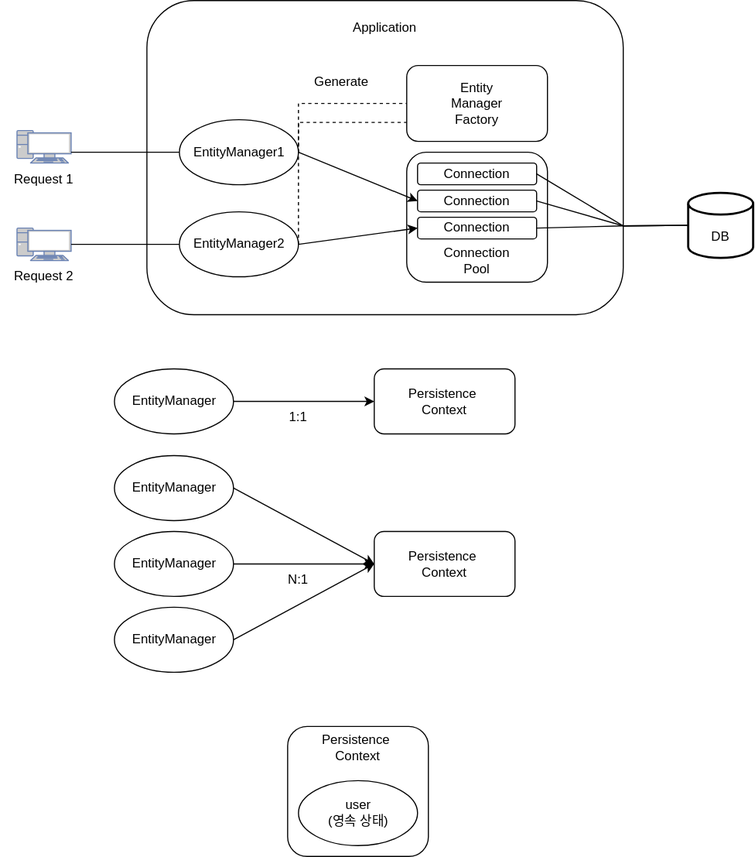
The draw.io diagram theory/document/persistence/persistence.svg in roy-zz/jpa, before a commit. Source tidied: cells renumbered, new cells last; positions are measured from the earlier drawing's top-left corner, leaving out a move shared by most shapes.
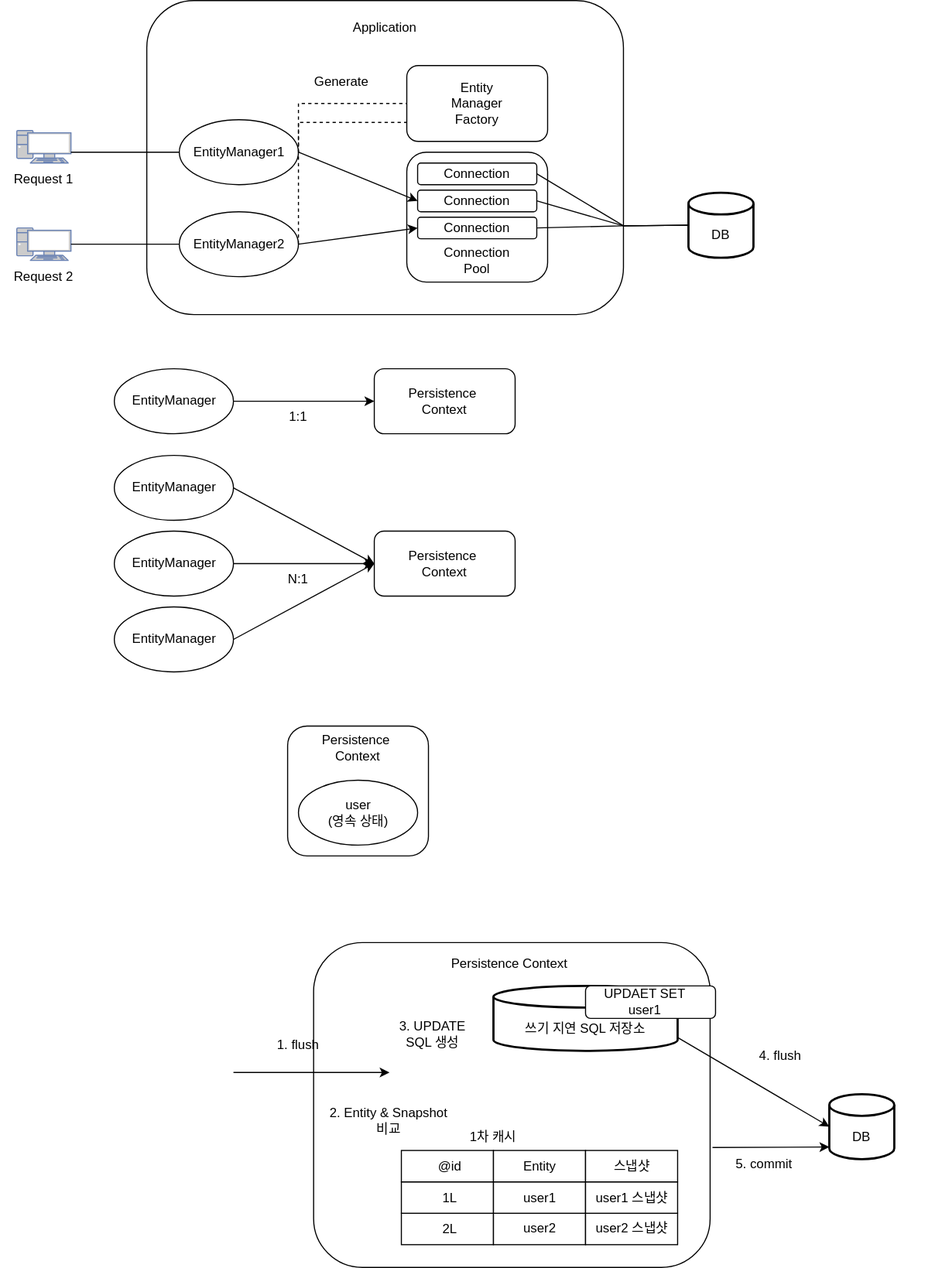
After the commit.

Commit message:
add persistence-2 document

What changed in the source:
```diff
@@ -191,5 +191,119 @@
     <mxCell id="55" value="Persistence&amp;nbsp;&lt;br&gt;Context" style="text;html=1;strokeColor=none;fillColor=none;align=center;verticalAlign=middle;whiteSpace=wrap;rounded=0;" parent="1" vertex="1">
       <mxGeometry x="290" y="675" width="80" height="30" as="geometry" />
     </mxCell>
+    <mxCell id="56" style="rounded=1;whiteSpace=wrap;html=1;" parent="1" vertex="1">
+      <mxGeometry x="289" y="870" width="366" height="300" as="geometry" />
+    </mxCell>
+    <mxCell id="57" value="Persistence&amp;nbsp;Context" style="text;html=1;strokeColor=none;fillColor=none;align=center;verticalAlign=middle;whiteSpace=wrap;rounded=0;" parent="1" vertex="1">
+      <mxGeometry x="325" y="880" width="290" height="20" as="geometry" />
+    </mxCell>
+    <mxCell id="58" value="1차 캐시" style="text;html=1;strokeColor=none;fillColor=none;align=center;verticalAlign=middle;whiteSpace=wrap;rounded=0;" parent="1" vertex="1">
+      <mxGeometry x="375" y="1040" width="160" height="20" as="geometry" />
+    </mxCell>
+    <mxCell id="59" style="strokeWidth=2;html=1;shape=mxgraph.flowchart.database;whiteSpace=wrap;" parent="1" vertex="1">
+      <mxGeometry x="765" y="1010" width="60" height="60" as="geometry" />
+    </mxCell>
+    <mxCell id="60" style="endArrow=classic;html=1;rounded=0;entryX=0;entryY=0.5;entryDx=0;entryDy=0;exitX=0.5;exitY=1;exitDx=0;exitDy=0;entryPerimeter=0;" parent="1" edge="1" source="91" target="59">
+      <mxGeometry relative="1" as="geometry" />
+    </mxCell>
+    <mxCell id="61" style="rounded=0;whiteSpace=wrap;html=1;" parent="1" vertex="1">
+      <mxGeometry x="370" y="1120" width="85" height="29" as="geometry" />
+    </mxCell>
+    <mxCell id="62" style="rounded=0;whiteSpace=wrap;html=1;" parent="1" vertex="1">
+      <mxGeometry x="455" y="1120" width="85" height="29" as="geometry" />
+    </mxCell>
+    <mxCell id="63" style="rounded=0;whiteSpace=wrap;html=1;" parent="1" vertex="1">
+      <mxGeometry x="370" y="1091" width="85" height="29" as="geometry" />
+    </mxCell>
+    <mxCell id="64" style="rounded=0;whiteSpace=wrap;html=1;" parent="1" vertex="1">
+      <mxGeometry x="455" y="1091" width="85" height="29" as="geometry" />
+    </mxCell>
+    <mxCell id="65" style="rounded=0;whiteSpace=wrap;html=1;" parent="1" vertex="1">
+      <mxGeometry x="370" y="1062" width="85" height="29" as="geometry" />
+    </mxCell>
+    <mxCell id="66" style="rounded=0;whiteSpace=wrap;html=1;" parent="1" vertex="1">
+      <mxGeometry x="455" y="1062" width="85" height="29" as="geometry" />
+    </mxCell>
+    <mxCell id="67" value="@id" style="text;html=1;strokeColor=none;fillColor=none;align=center;verticalAlign=middle;whiteSpace=wrap;rounded=0;" parent="1" vertex="1">
+      <mxGeometry x="385" y="1066.5" width="60" height="20" as="geometry" />
+    </mxCell>
+    <mxCell id="68" value="Entity" style="text;html=1;strokeColor=none;fillColor=none;align=center;verticalAlign=middle;whiteSpace=wrap;rounded=0;" parent="1" vertex="1">
+      <mxGeometry x="467.5" y="1066.5" width="60" height="20" as="geometry" />
+    </mxCell>
+    <mxCell id="69" value="DB" style="text;html=1;strokeColor=none;fillColor=none;align=center;verticalAlign=middle;whiteSpace=wrap;rounded=0;" parent="1" vertex="1">
+      <mxGeometry x="715" y="1040" width="160" height="20" as="geometry" />
+    </mxCell>
+    <mxCell id="70" style="strokeWidth=2;html=1;shape=mxgraph.flowchart.database;whiteSpace=wrap;" parent="1" vertex="1">
+      <mxGeometry x="455" y="910" width="170" height="60" as="geometry" />
+    </mxCell>
+    <mxCell id="71" value="쓰기 지연 SQL 저장소" style="text;html=1;strokeColor=none;fillColor=none;align=center;verticalAlign=middle;whiteSpace=wrap;rounded=0;" parent="1" vertex="1">
+      <mxGeometry x="460" y="940" width="160" height="20" as="geometry" />
+    </mxCell>
+    <mxCell id="72" value="1. flush" style="text;html=1;strokeColor=none;fillColor=none;align=center;verticalAlign=middle;whiteSpace=wrap;rounded=0;" parent="1" vertex="1">
+      <mxGeometry x="235" y="950" width="80" height="30" as="geometry" />
+    </mxCell>
+    <mxCell id="73" style="endArrow=classic;html=1;rounded=0;entryX=0;entryY=0.5;entryDx=0;entryDy=0;" parent="1" edge="1">
+      <mxGeometry relative="1" as="geometry">
+        <mxPoint x="215" y="990" as="sourcePoint" />
+        <mxPoint x="359" y="990" as="targetPoint" />
+      </mxGeometry>
+    </mxCell>
+    <mxCell id="74" value="3. UPDATE SQL 생성" style="text;html=1;strokeColor=none;fillColor=none;align=center;verticalAlign=middle;whiteSpace=wrap;rounded=0;" parent="1" vertex="1">
+      <mxGeometry x="359" y="940" width="80" height="30" as="geometry" />
+    </mxCell>
+    <mxCell id="75" value="1L" style="text;html=1;strokeColor=none;fillColor=none;align=center;verticalAlign=middle;whiteSpace=wrap;rounded=0;" parent="1" vertex="1">
+      <mxGeometry x="375" y="1091" width="80" height="30" as="geometry" />
+    </mxCell>
+    <mxCell id="76" value="user1" style="text;html=1;strokeColor=none;fillColor=none;align=center;verticalAlign=middle;whiteSpace=wrap;rounded=0;" parent="1" vertex="1">
+      <mxGeometry x="457.5" y="1090.5" width="80" height="30" as="geometry" />
+    </mxCell>
+    <mxCell id="77" value="2L" style="text;html=1;strokeColor=none;fillColor=none;align=center;verticalAlign=middle;whiteSpace=wrap;rounded=0;" parent="1" vertex="1">
+      <mxGeometry x="375" y="1120" width="80" height="30" as="geometry" />
+    </mxCell>
+    <mxCell id="78" value="user2" style="text;html=1;strokeColor=none;fillColor=none;align=center;verticalAlign=middle;whiteSpace=wrap;rounded=0;" parent="1" vertex="1">
+      <mxGeometry x="457.5" y="1119.5" width="80" height="30" as="geometry" />
+    </mxCell>
+    <mxCell id="79" value="4. flush" style="text;html=1;strokeColor=none;fillColor=none;align=center;verticalAlign=middle;whiteSpace=wrap;rounded=0;" parent="1" vertex="1">
+      <mxGeometry x="675" y="960" width="90" height="30" as="geometry" />
+    </mxCell>
+    <mxCell id="80" style="endArrow=classic;html=1;rounded=0;entryX=0;entryY=0.5;entryDx=0;entryDy=0;exitX=1.006;exitY=0.568;exitDx=0;exitDy=0;entryPerimeter=0;exitPerimeter=0;" parent="1" edge="1">
+      <mxGeometry relative="1" as="geometry">
+        <mxPoint x="657.2" y="1059.2" as="sourcePoint" />
+        <mxPoint x="765" y="1058.8" as="targetPoint" />
+      </mxGeometry>
+    </mxCell>
+    <mxCell id="81" value="5. commit" style="text;html=1;strokeColor=none;fillColor=none;align=center;verticalAlign=middle;whiteSpace=wrap;rounded=0;" parent="1" vertex="1">
+      <mxGeometry x="665" y="1060" width="80" height="30" as="geometry" />
+    </mxCell>
+    <mxCell id="82" style="rounded=0;whiteSpace=wrap;html=1;" parent="1" vertex="1">
+      <mxGeometry x="540" y="1120" width="85" height="29" as="geometry" />
+    </mxCell>
+    <mxCell id="83" style="rounded=0;whiteSpace=wrap;html=1;" parent="1" vertex="1">
+      <mxGeometry x="540" y="1091" width="85" height="29" as="geometry" />
+    </mxCell>
+    <mxCell id="84" style="rounded=0;whiteSpace=wrap;html=1;" parent="1" vertex="1">
+      <mxGeometry x="540" y="1062" width="85" height="29" as="geometry" />
+    </mxCell>
+    <mxCell id="85" value="스냅샷" style="text;html=1;strokeColor=none;fillColor=none;align=center;verticalAlign=middle;whiteSpace=wrap;rounded=0;" parent="1" vertex="1">
+      <mxGeometry x="552.5" y="1066.5" width="60" height="20" as="geometry" />
+    </mxCell>
+    <mxCell id="86" value="user1 스냅샷" style="text;html=1;strokeColor=none;fillColor=none;align=center;verticalAlign=middle;whiteSpace=wrap;rounded=0;" parent="1" vertex="1">
+      <mxGeometry x="542.5" y="1090.5" width="80" height="30" as="geometry" />
+    </mxCell>
+    <mxCell id="87" value="user2 스냅샷" style="text;html=1;strokeColor=none;fillColor=none;align=center;verticalAlign=middle;whiteSpace=wrap;rounded=0;" parent="1" vertex="1">
+      <mxGeometry x="542.5" y="1119.5" width="80" height="30" as="geometry" />
+    </mxCell>
+    <mxCell id="88" value="2. Entity &amp;amp; Snapshot &lt;br&gt;비교" style="text;html=1;strokeColor=none;fillColor=none;align=center;verticalAlign=middle;whiteSpace=wrap;rounded=0;" parent="1" vertex="1">
+      <mxGeometry x="291" y="1020" width="135" height="30" as="geometry" />
+    </mxCell>
+    <mxCell id="89" style="group;" parent="1" vertex="1">
+      <mxGeometry x="540" y="910" width="120" height="30" as="geometry" />
+    </mxCell>
+    <mxCell id="90" style="rounded=1;whiteSpace=wrap;html=1;" parent="89" vertex="1">
+      <mxGeometry width="120" height="30" as="geometry" />
+    </mxCell>
+    <mxCell id="91" value="UPDAET SET user1" style="text;html=1;strokeColor=none;fillColor=none;align=center;verticalAlign=middle;whiteSpace=wrap;rounded=0;" parent="89" vertex="1">
+      <mxGeometry width="110" height="30" as="geometry" />
+    </mxCell>
   </root>
 </mxGraphModel>
```
